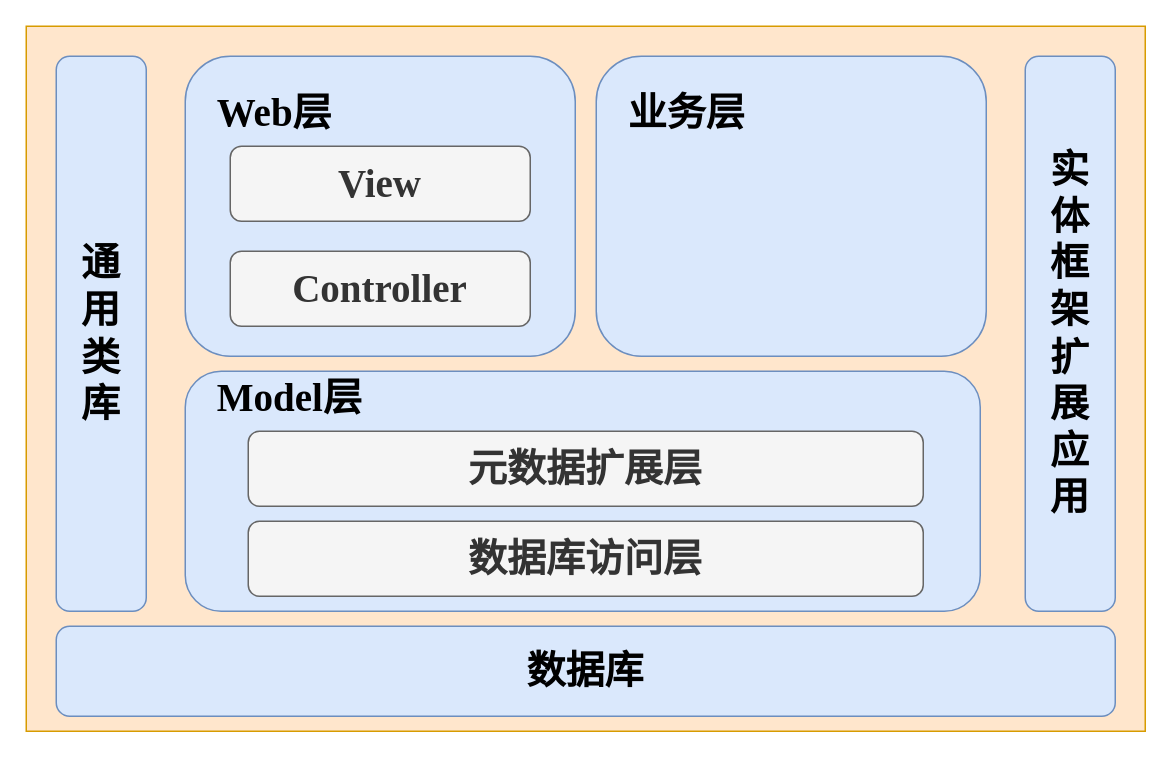
This is 陶陶框架1.drawio from dongtianshuo/dongtianshuo1, a draw.io file, before an edit. Source tidied: cells renumbered, new cells numbered last; positions are measured from the earlier drawing's top-left corner, leaving out a move shared by most shapes. Both pictures are drawn from the tidied source at 150%, with x=0, y=0 at pixel (26, 26).
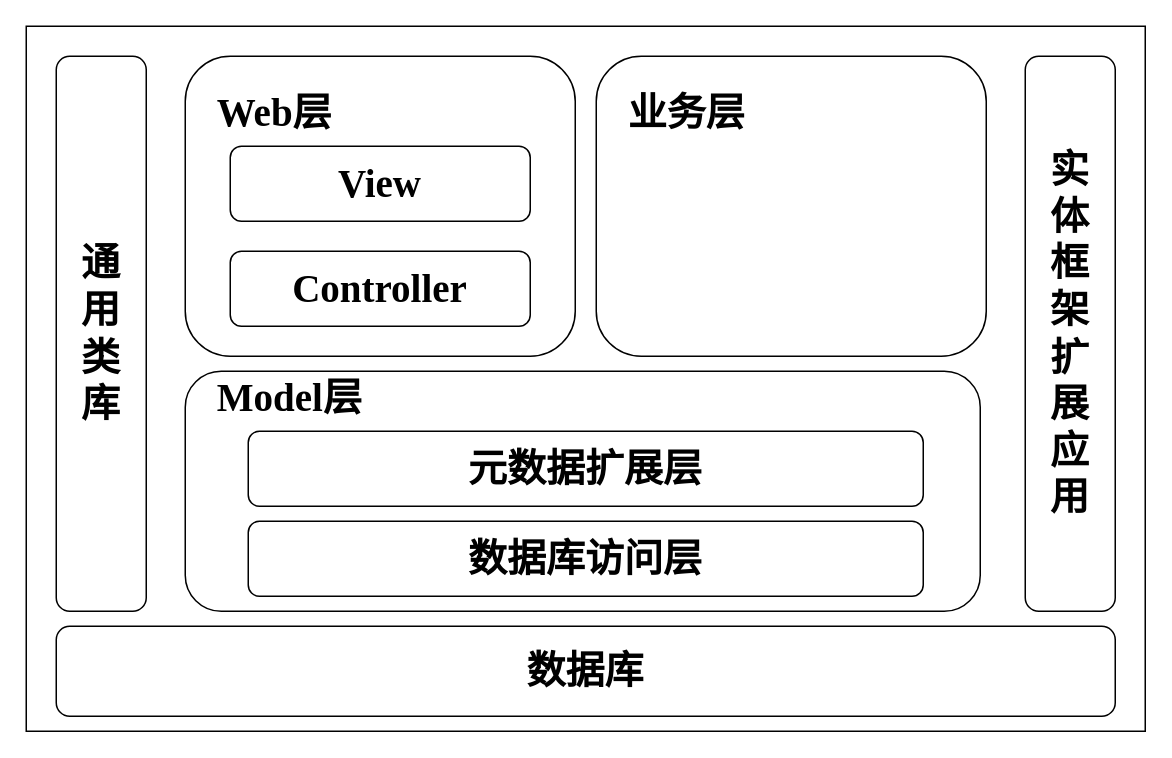
After the change.

Commit message:
更新陶陶框架1.drawio

What changed in the source:
```diff
@@
 <mxGraphModel>
   <root>
     <mxCell id="0" />
     <mxCell id="1" parent="0" />
-    <mxCell id="2" style="rounded=0;whiteSpace=wrap;html=1;fillColor=#ffe6cc;strokeColor=#d79b00;" parent="1" vertex="1">
+    <mxCell id="2" style="rounded=0;whiteSpace=wrap;html=1;" parent="1" vertex="1">
       <mxGeometry width="746" height="470" as="geometry" />
     </mxCell>
-    <mxCell id="3" value="&lt;font style=&quot;font-size: 26px;&quot; face=&quot;Times New Roman&quot;&gt;&lt;b style=&quot;&quot;&gt;通&lt;/b&gt;&lt;/font&gt;&lt;div&gt;&lt;font style=&quot;font-size: 26px;&quot; face=&quot;Times New Roman&quot;&gt;&lt;b&gt;用&lt;/b&gt;&lt;/font&gt;&lt;/div&gt;&lt;div&gt;&lt;font style=&quot;font-size: 26px;&quot; face=&quot;Times New Roman&quot;&gt;&lt;b&gt;类&lt;/b&gt;&lt;/font&gt;&lt;/div&gt;&lt;div&gt;&lt;font style=&quot;font-size: 26px;&quot; face=&quot;Times New Roman&quot;&gt;&lt;b style=&quot;&quot;&gt;库&lt;/b&gt;&lt;/font&gt;&lt;/div&gt;" style="rounded=1;whiteSpace=wrap;html=1;align=center;fillColor=#dae8fc;strokeColor=#6c8ebf;" parent="1" vertex="1">
+    <mxCell id="3" value="&lt;font style=&quot;font-size: 26px;&quot; face=&quot;Times New Roman&quot;&gt;&lt;b style=&quot;&quot;&gt;通&lt;/b&gt;&lt;/font&gt;&lt;div&gt;&lt;font style=&quot;font-size: 26px;&quot; face=&quot;Times New Roman&quot;&gt;&lt;b&gt;用&lt;/b&gt;&lt;/font&gt;&lt;/div&gt;&lt;div&gt;&lt;font style=&quot;font-size: 26px;&quot; face=&quot;Times New Roman&quot;&gt;&lt;b&gt;类&lt;/b&gt;&lt;/font&gt;&lt;/div&gt;&lt;div&gt;&lt;font style=&quot;font-size: 26px;&quot; face=&quot;Times New Roman&quot;&gt;&lt;b style=&quot;&quot;&gt;库&lt;/b&gt;&lt;/font&gt;&lt;/div&gt;" style="rounded=1;whiteSpace=wrap;html=1;align=center;" parent="1" vertex="1">
       <mxGeometry x="20" y="20" width="60" height="370" as="geometry" />
     </mxCell>
-    <mxCell id="4" value="&lt;span style=&quot;background-color: transparent; color: light-dark(rgb(0, 0, 0), rgb(255, 255, 255)); font-family: &amp;quot;Times New Roman&amp;quot;; font-size: 26px;&quot;&gt;&lt;b&gt;&amp;nbsp; &amp;nbsp;Web层&lt;/b&gt;&lt;/span&gt;&lt;div&gt;&lt;div&gt;&lt;font style=&quot;font-size: 26px;&quot; face=&quot;Times New Roman&quot;&gt;&lt;b&gt;&lt;br&gt;&lt;/b&gt;&lt;/font&gt;&lt;/div&gt;&lt;div&gt;&lt;font style=&quot;font-size: 26px;&quot; face=&quot;Times New Roman&quot;&gt;&lt;b&gt;&lt;br&gt;&lt;/b&gt;&lt;/font&gt;&lt;/div&gt;&lt;div&gt;&lt;font style=&quot;font-size: 26px;&quot; face=&quot;Times New Roman&quot;&gt;&lt;b&gt;&lt;br&gt;&lt;/b&gt;&lt;/font&gt;&lt;/div&gt;&lt;div&gt;&lt;font style=&quot;font-size: 26px;&quot; face=&quot;Times New Roman&quot;&gt;&lt;br&gt;&lt;/font&gt;&lt;/div&gt;&lt;/div&gt;" style="rounded=1;whiteSpace=wrap;html=1;align=left;fillColor=#dae8fc;strokeColor=#6c8ebf;" parent="1" vertex="1">
+    <mxCell id="4" value="&lt;span style=&quot;background-color: transparent; color: light-dark(rgb(0, 0, 0), rgb(255, 255, 255)); font-family: &amp;quot;Times New Roman&amp;quot;; font-size: 26px;&quot;&gt;&lt;b&gt;&amp;nbsp; &amp;nbsp;Web层&lt;/b&gt;&lt;/span&gt;&lt;div&gt;&lt;div&gt;&lt;font style=&quot;font-size: 26px;&quot; face=&quot;Times New Roman&quot;&gt;&lt;b&gt;&lt;br&gt;&lt;/b&gt;&lt;/font&gt;&lt;/div&gt;&lt;div&gt;&lt;font style=&quot;font-size: 26px;&quot; face=&quot;Times New Roman&quot;&gt;&lt;b&gt;&lt;br&gt;&lt;/b&gt;&lt;/font&gt;&lt;/div&gt;&lt;div&gt;&lt;font style=&quot;font-size: 26px;&quot; face=&quot;Times New Roman&quot;&gt;&lt;b&gt;&lt;br&gt;&lt;/b&gt;&lt;/font&gt;&lt;/div&gt;&lt;div&gt;&lt;font style=&quot;font-size: 26px;&quot; face=&quot;Times New Roman&quot;&gt;&lt;br&gt;&lt;/font&gt;&lt;/div&gt;&lt;/div&gt;" style="rounded=1;whiteSpace=wrap;html=1;align=left;" parent="1" vertex="1">
       <mxGeometry x="106" y="20" width="260" height="200" as="geometry" />
     </mxCell>
-    <mxCell id="5" value="&lt;font style=&quot;font-size: 26px;&quot; face=&quot;Times New Roman&quot;&gt;&lt;b&gt;View&lt;/b&gt;&lt;/font&gt;" style="rounded=1;whiteSpace=wrap;html=1;fillColor=#f5f5f5;fontColor=#333333;strokeColor=#666666;" parent="1" vertex="1">
+    <mxCell id="5" value="&lt;font style=&quot;font-size: 26px;&quot; face=&quot;Times New Roman&quot;&gt;&lt;b&gt;View&lt;/b&gt;&lt;/font&gt;" style="rounded=1;whiteSpace=wrap;html=1;" parent="1" vertex="1">
       <mxGeometry x="136" y="80" width="200" height="50" as="geometry" />
     </mxCell>
-    <mxCell id="6" value="&lt;font style=&quot;font-size: 26px;&quot; face=&quot;Times New Roman&quot;&gt;&lt;b&gt;Controller&lt;/b&gt;&lt;/font&gt;" style="rounded=1;whiteSpace=wrap;html=1;fillColor=#f5f5f5;fontColor=#333333;strokeColor=#666666;" parent="1" vertex="1">
+    <mxCell id="6" value="&lt;font style=&quot;font-size: 26px;&quot; face=&quot;Times New Roman&quot;&gt;&lt;b&gt;Controller&lt;/b&gt;&lt;/font&gt;" style="rounded=1;whiteSpace=wrap;html=1;" parent="1" vertex="1">
       <mxGeometry x="136" y="150" width="200" height="50" as="geometry" />
     </mxCell>
-    <mxCell id="7" value="&lt;span style=&quot;background-color: transparent; color: light-dark(rgb(0, 0, 0), rgb(255, 255, 255)); font-family: &amp;quot;Times New Roman&amp;quot;; font-size: 26px;&quot;&gt;&lt;b&gt;&amp;nbsp; &amp;nbsp;业务层&lt;/b&gt;&lt;/span&gt;&lt;div&gt;&lt;div&gt;&lt;font style=&quot;font-size: 26px;&quot; face=&quot;Times New Roman&quot;&gt;&lt;b&gt;&lt;br&gt;&lt;/b&gt;&lt;/font&gt;&lt;/div&gt;&lt;div&gt;&lt;font style=&quot;font-size: 26px;&quot; face=&quot;Times New Roman&quot;&gt;&lt;b&gt;&lt;br&gt;&lt;/b&gt;&lt;/font&gt;&lt;/div&gt;&lt;div&gt;&lt;font style=&quot;font-size: 26px;&quot; face=&quot;Times New Roman&quot;&gt;&lt;b&gt;&lt;br&gt;&lt;/b&gt;&lt;/font&gt;&lt;/div&gt;&lt;div&gt;&lt;font style=&quot;font-size: 26px;&quot; face=&quot;Times New Roman&quot;&gt;&lt;br&gt;&lt;/font&gt;&lt;/div&gt;&lt;/div&gt;" style="rounded=1;whiteSpace=wrap;html=1;align=left;fillColor=#dae8fc;strokeColor=#6c8ebf;" parent="1" vertex="1">
+    <mxCell id="7" value="&lt;span style=&quot;background-color: transparent; color: light-dark(rgb(0, 0, 0), rgb(255, 255, 255)); font-family: &amp;quot;Times New Roman&amp;quot;; font-size: 26px;&quot;&gt;&lt;b&gt;&amp;nbsp; &amp;nbsp;业务层&lt;/b&gt;&lt;/span&gt;&lt;div&gt;&lt;div&gt;&lt;font style=&quot;font-size: 26px;&quot; face=&quot;Times New Roman&quot;&gt;&lt;b&gt;&lt;br&gt;&lt;/b&gt;&lt;/font&gt;&lt;/div&gt;&lt;div&gt;&lt;font style=&quot;font-size: 26px;&quot; face=&quot;Times New Roman&quot;&gt;&lt;b&gt;&lt;br&gt;&lt;/b&gt;&lt;/font&gt;&lt;/div&gt;&lt;div&gt;&lt;font style=&quot;font-size: 26px;&quot; face=&quot;Times New Roman&quot;&gt;&lt;b&gt;&lt;br&gt;&lt;/b&gt;&lt;/font&gt;&lt;/div&gt;&lt;div&gt;&lt;font style=&quot;font-size: 26px;&quot; face=&quot;Times New Roman&quot;&gt;&lt;br&gt;&lt;/font&gt;&lt;/div&gt;&lt;/div&gt;" style="rounded=1;whiteSpace=wrap;html=1;align=left;" parent="1" vertex="1">
       <mxGeometry x="380" y="20" width="260" height="200" as="geometry" />
     </mxCell>
-    <mxCell id="8" value="&lt;font face=&quot;Times New Roman&quot;&gt;&lt;span style=&quot;font-size: 26px;&quot;&gt;&lt;b&gt;实&lt;/b&gt;&lt;/span&gt;&lt;/font&gt;&lt;div&gt;&lt;font face=&quot;Times New Roman&quot;&gt;&lt;span style=&quot;font-size: 26px;&quot;&gt;&lt;b&gt;体&lt;/b&gt;&lt;/span&gt;&lt;/font&gt;&lt;/div&gt;&lt;div&gt;&lt;font face=&quot;Times New Roman&quot;&gt;&lt;span style=&quot;font-size: 26px;&quot;&gt;&lt;b&gt;框&lt;/b&gt;&lt;/span&gt;&lt;/font&gt;&lt;/div&gt;&lt;div&gt;&lt;font face=&quot;Times New Roman&quot;&gt;&lt;span style=&quot;font-size: 26px;&quot;&gt;&lt;b&gt;架&lt;/b&gt;&lt;/span&gt;&lt;/font&gt;&lt;/div&gt;&lt;div&gt;&lt;font face=&quot;Times New Roman&quot;&gt;&lt;span style=&quot;font-size: 26px;&quot;&gt;&lt;b&gt;扩&lt;/b&gt;&lt;/span&gt;&lt;/font&gt;&lt;/div&gt;&lt;div&gt;&lt;font face=&quot;Times New Roman&quot;&gt;&lt;span style=&quot;font-size: 26px;&quot;&gt;&lt;b&gt;展&lt;/b&gt;&lt;/span&gt;&lt;/font&gt;&lt;/div&gt;&lt;div&gt;&lt;font face=&quot;Times New Roman&quot;&gt;&lt;span style=&quot;font-size: 26px;&quot;&gt;&lt;b&gt;应&lt;/b&gt;&lt;/span&gt;&lt;/font&gt;&lt;/div&gt;&lt;div&gt;&lt;font face=&quot;Times New Roman&quot;&gt;&lt;span style=&quot;font-size: 26px;&quot;&gt;&lt;b&gt;用&lt;/b&gt;&lt;/span&gt;&lt;/font&gt;&lt;/div&gt;" style="rounded=1;whiteSpace=wrap;html=1;align=center;fillColor=#dae8fc;strokeColor=#6c8ebf;" parent="1" vertex="1">
+    <mxCell id="8" value="&lt;font face=&quot;Times New Roman&quot;&gt;&lt;span style=&quot;font-size: 26px;&quot;&gt;&lt;b&gt;实&lt;/b&gt;&lt;/span&gt;&lt;/font&gt;&lt;div&gt;&lt;font face=&quot;Times New Roman&quot;&gt;&lt;span style=&quot;font-size: 26px;&quot;&gt;&lt;b&gt;体&lt;/b&gt;&lt;/span&gt;&lt;/font&gt;&lt;/div&gt;&lt;div&gt;&lt;font face=&quot;Times New Roman&quot;&gt;&lt;span style=&quot;font-size: 26px;&quot;&gt;&lt;b&gt;框&lt;/b&gt;&lt;/span&gt;&lt;/font&gt;&lt;/div&gt;&lt;div&gt;&lt;font face=&quot;Times New Roman&quot;&gt;&lt;span style=&quot;font-size: 26px;&quot;&gt;&lt;b&gt;架&lt;/b&gt;&lt;/span&gt;&lt;/font&gt;&lt;/div&gt;&lt;div&gt;&lt;font face=&quot;Times New Roman&quot;&gt;&lt;span style=&quot;font-size: 26px;&quot;&gt;&lt;b&gt;扩&lt;/b&gt;&lt;/span&gt;&lt;/font&gt;&lt;/div&gt;&lt;div&gt;&lt;font face=&quot;Times New Roman&quot;&gt;&lt;span style=&quot;font-size: 26px;&quot;&gt;&lt;b&gt;展&lt;/b&gt;&lt;/span&gt;&lt;/font&gt;&lt;/div&gt;&lt;div&gt;&lt;font face=&quot;Times New Roman&quot;&gt;&lt;span style=&quot;font-size: 26px;&quot;&gt;&lt;b&gt;应&lt;/b&gt;&lt;/span&gt;&lt;/font&gt;&lt;/div&gt;&lt;div&gt;&lt;font face=&quot;Times New Roman&quot;&gt;&lt;span style=&quot;font-size: 26px;&quot;&gt;&lt;b&gt;用&lt;/b&gt;&lt;/span&gt;&lt;/font&gt;&lt;/div&gt;" style="rounded=1;whiteSpace=wrap;html=1;align=center;" parent="1" vertex="1">
       <mxGeometry x="666" y="20" width="60" height="370" as="geometry" />
     </mxCell>
-    <mxCell id="9" value="&lt;span style=&quot;background-color: transparent; color: light-dark(rgb(0, 0, 0), rgb(255, 255, 255)); font-family: &amp;quot;Times New Roman&amp;quot;; font-size: 26px;&quot;&gt;&lt;b&gt;&amp;nbsp; &amp;nbsp;Model层&lt;/b&gt;&lt;/span&gt;&lt;div&gt;&lt;div&gt;&lt;font style=&quot;font-size: 26px;&quot; face=&quot;Times New Roman&quot;&gt;&lt;b&gt;&lt;br&gt;&lt;/b&gt;&lt;/font&gt;&lt;/div&gt;&lt;div&gt;&lt;font style=&quot;font-size: 26px;&quot; face=&quot;Times New Roman&quot;&gt;&lt;b&gt;&lt;br&gt;&lt;/b&gt;&lt;/font&gt;&lt;/div&gt;&lt;div&gt;&lt;font style=&quot;font-size: 26px;&quot; face=&quot;Times New Roman&quot;&gt;&lt;b&gt;&lt;br&gt;&lt;/b&gt;&lt;/font&gt;&lt;/div&gt;&lt;div&gt;&lt;font style=&quot;font-size: 26px;&quot; face=&quot;Times New Roman&quot;&gt;&lt;br&gt;&lt;/font&gt;&lt;/div&gt;&lt;/div&gt;" style="rounded=1;whiteSpace=wrap;html=1;align=left;fillColor=#dae8fc;strokeColor=#6c8ebf;" parent="1" vertex="1">
+    <mxCell id="9" value="&lt;span style=&quot;background-color: transparent; color: light-dark(rgb(0, 0, 0), rgb(255, 255, 255)); font-family: &amp;quot;Times New Roman&amp;quot;; font-size: 26px;&quot;&gt;&lt;b&gt;&amp;nbsp; &amp;nbsp;Model层&lt;/b&gt;&lt;/span&gt;&lt;div&gt;&lt;div&gt;&lt;font style=&quot;font-size: 26px;&quot; face=&quot;Times New Roman&quot;&gt;&lt;b&gt;&lt;br&gt;&lt;/b&gt;&lt;/font&gt;&lt;/div&gt;&lt;div&gt;&lt;font style=&quot;font-size: 26px;&quot; face=&quot;Times New Roman&quot;&gt;&lt;b&gt;&lt;br&gt;&lt;/b&gt;&lt;/font&gt;&lt;/div&gt;&lt;div&gt;&lt;font style=&quot;font-size: 26px;&quot; face=&quot;Times New Roman&quot;&gt;&lt;b&gt;&lt;br&gt;&lt;/b&gt;&lt;/font&gt;&lt;/div&gt;&lt;div&gt;&lt;font style=&quot;font-size: 26px;&quot; face=&quot;Times New Roman&quot;&gt;&lt;br&gt;&lt;/font&gt;&lt;/div&gt;&lt;/div&gt;" style="rounded=1;whiteSpace=wrap;html=1;align=left;" parent="1" vertex="1">
       <mxGeometry x="106" y="230" width="530" height="160" as="geometry" />
     </mxCell>
-    <mxCell id="10" value="&lt;font style=&quot;font-size: 26px;&quot; face=&quot;Times New Roman&quot;&gt;&lt;b&gt;元数据扩展层&lt;/b&gt;&lt;/font&gt;" style="rounded=1;whiteSpace=wrap;html=1;fillColor=#f5f5f5;fontColor=#333333;strokeColor=#666666;" parent="1" vertex="1">
+    <mxCell id="10" value="&lt;font style=&quot;font-size: 26px;&quot; face=&quot;Times New Roman&quot;&gt;&lt;b&gt;元数据扩展层&lt;/b&gt;&lt;/font&gt;" style="rounded=1;whiteSpace=wrap;html=1;" parent="1" vertex="1">
       <mxGeometry x="148" y="270" width="450" height="50" as="geometry" />
     </mxCell>
-    <mxCell id="11" value="&lt;font style=&quot;font-size: 26px;&quot; face=&quot;Times New Roman&quot;&gt;&lt;b&gt;数据库访问层&lt;/b&gt;&lt;/font&gt;" style="rounded=1;whiteSpace=wrap;html=1;fillColor=#f5f5f5;fontColor=#333333;strokeColor=#666666;" parent="1" vertex="1">
+    <mxCell id="11" value="&lt;font style=&quot;font-size: 26px;&quot; face=&quot;Times New Roman&quot;&gt;&lt;b&gt;数据库访问层&lt;/b&gt;&lt;/font&gt;" style="rounded=1;whiteSpace=wrap;html=1;" parent="1" vertex="1">
       <mxGeometry x="148" y="330" width="450" height="50" as="geometry" />
     </mxCell>
-    <mxCell id="12" value="&lt;div&gt;&lt;div&gt;&lt;font style=&quot;font-size: 26px;&quot; face=&quot;Times New Roman&quot;&gt;&lt;b&gt;数据库&lt;/b&gt;&lt;/font&gt;&lt;/div&gt;&lt;/div&gt;" style="rounded=1;whiteSpace=wrap;html=1;align=center;fillColor=#dae8fc;strokeColor=#6c8ebf;" parent="1" vertex="1">
+    <mxCell id="12" value="&lt;div&gt;&lt;div&gt;&lt;font style=&quot;font-size: 26px;&quot; face=&quot;Times New Roman&quot;&gt;&lt;b&gt;数据库&lt;/b&gt;&lt;/font&gt;&lt;/div&gt;&lt;/div&gt;" style="rounded=1;whiteSpace=wrap;html=1;align=center;" parent="1" vertex="1">
       <mxGeometry x="20" y="400" width="706" height="60" as="geometry" />
     </mxCell>
   </root>
 </mxGraphModel>
```
